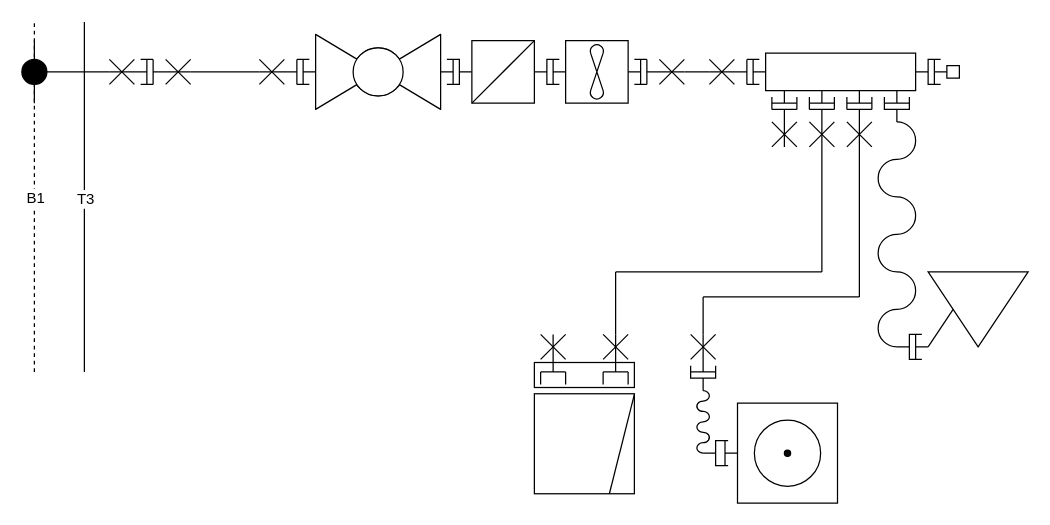
The draw.io diagram water_supply.drawio in Flawless/k17_489, before the edit. Source tidied: cells renumbered, new cells numbered last; positions are measured from the earlier drawing's top-left corner, leaving out a move shared by most shapes. Both pictures are drawn from the tidied source at 125%, with x=0, y=0 at pixel (21, 21).
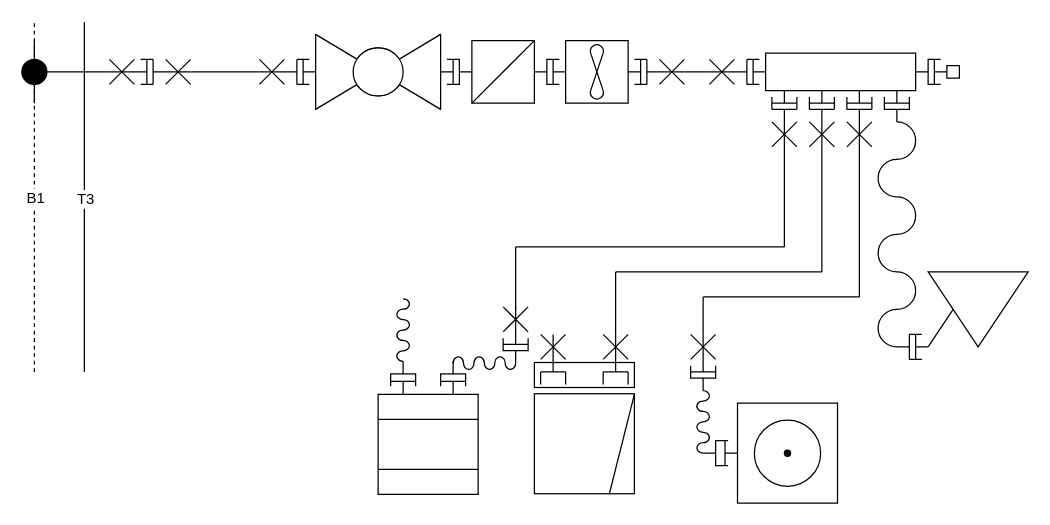
The same page after the edit.

Diff of the diagram source:
```diff
@@
+    <mxCell id="136" style="group;" parent="1" vertex="1">
+      <mxGeometry x="285" y="287.5" width="80" height="90.5" as="geometry" />
+    </mxCell>
+    <mxCell id="137" style="whiteSpace=wrap;html=1;" parent="136" vertex="1">
+      <mxGeometry y="10.5" width="80" height="80" as="geometry" />
+    </mxCell>
+    <mxCell id="138" style="endArrow=none;html=1;entryX=1;entryY=0.25;entryDx=0;entryDy=0;exitX=0;exitY=0.25;exitDx=0;exitDy=0;" parent="136" edge="1" source="137" target="137">
+      <mxGeometry relative="1" as="geometry" />
+    </mxCell>
+    <mxCell id="139" style="endArrow=none;html=1;entryX=1;entryY=0.75;entryDx=0;entryDy=0;exitX=0;exitY=0.75;exitDx=0;exitDy=0;" parent="136" edge="1" source="137" target="137">
+      <mxGeometry relative="1" as="geometry" />
+    </mxCell>
+    <mxCell id="140" style="verticalLabelPosition=bottom;align=center;dashed=0;html=1;verticalAlign=top;shape=mxgraph.pid.piping.flange_in;direction=north;" parent="136" vertex="1">
+      <mxGeometry x="10" width="20" height="10" as="geometry" />
+    </mxCell>
+    <mxCell id="141" style="verticalLabelPosition=bottom;align=center;dashed=0;html=1;verticalAlign=top;shape=mxgraph.pid.piping.flange_in;direction=north;" parent="136" vertex="1">
+      <mxGeometry x="50" width="20" height="10" as="geometry" />
+    </mxCell>
+    <mxCell id="142" style="group;" parent="136" vertex="1">
+      <mxGeometry x="-5" y="-46" width="50" height="50" as="geometry" />
+    </mxCell>
+    <mxCell id="143" style="shape=mxgraph.pid.fittings.hose;html=1;align=center;verticalLabelPosition=bottom;verticalAlign=top;dashed=0;rotation=-90;" parent="142" vertex="1">
+      <mxGeometry width="50" height="10" as="geometry" />
+    </mxCell>
+    <mxCell id="144" style="verticalLabelPosition=bottom;align=center;dashed=0;html=1;verticalAlign=top;shape=mxgraph.pid.piping.hose_connection;direction=south;" parent="142" vertex="1">
+      <mxGeometry x="15" y="30" width="20" height="20" as="geometry" />
+    </mxCell>
+    <mxCell id="145" style="group;" parent="1" vertex="1">
+      <mxGeometry x="335" y="253" width="70" height="38.5" as="geometry" />
+    </mxCell>
+    <mxCell id="146" style="group;" parent="145" vertex="1">
+      <mxGeometry width="70" height="38.5" as="geometry" />
+    </mxCell>
+    <mxCell id="147" style="shape=mxgraph.pid.fittings.hose;html=1;align=center;verticalLabelPosition=bottom;verticalAlign=top;dashed=0;" parent="146" vertex="1">
+      <mxGeometry x="10" y="15" width="50" height="10" as="geometry" />
+    </mxCell>
+    <mxCell id="148" style="verticalLabelPosition=bottom;align=center;dashed=0;html=1;verticalAlign=top;shape=mxgraph.pid.piping.hose_connection;direction=south;" parent="146" vertex="1">
+      <mxGeometry y="18.5" width="20" height="20" as="geometry" />
+    </mxCell>
+    <mxCell id="149" style="verticalLabelPosition=bottom;align=center;dashed=0;html=1;verticalAlign=top;shape=mxgraph.pid.piping.hose_connection;direction=north;" parent="146" vertex="1">
+      <mxGeometry x="50" width="20" height="20" as="geometry" />
+    </mxCell>
+    <mxCell id="150" style="group;direction=west;rotation=90;" parent="1" vertex="1">
+      <mxGeometry x="380" y="233" width="30" height="20" as="geometry" />
+    </mxCell>
+    <mxCell id="151" style="endArrow=none;html=1;" parent="150" edge="1">
+      <mxGeometry relative="1" as="geometry">
+        <mxPoint x="5" y="25" as="sourcePoint" />
+        <mxPoint x="25" y="25" as="targetPoint" />
+      </mxGeometry>
+    </mxCell>
+    <mxCell id="152" style="endArrow=none;html=1;" parent="150" edge="1">
+      <mxGeometry relative="1" as="geometry">
+        <mxPoint x="15" y="-5" as="sourcePoint" />
+        <mxPoint x="15" y="25" as="targetPoint" />
+      </mxGeometry>
+    </mxCell>
+    <mxCell id="153" style="endArrow=none;html=1;" parent="150" edge="1">
+      <mxGeometry relative="1" as="geometry">
+        <mxPoint x="5" y="15" as="sourcePoint" />
+        <mxPoint x="25" y="-5" as="targetPoint" />
+      </mxGeometry>
+    </mxCell>
+    <mxCell id="154" style="endArrow=none;html=1;" parent="150" edge="1">
+      <mxGeometry relative="1" as="geometry">
+        <mxPoint x="5" y="-5" as="sourcePoint" />
+        <mxPoint x="25" y="15" as="targetPoint" />
+      </mxGeometry>
+    </mxCell>
+    <mxCell id="155" style="endArrow=none;html=1;" parent="1" edge="1">
+      <mxGeometry relative="1" as="geometry">
+        <mxPoint x="395" y="180" as="sourcePoint" />
+        <mxPoint x="395" y="230" as="targetPoint" />
+      </mxGeometry>
+    </mxCell>
+    <mxCell id="156" style="endArrow=none;html=1;" parent="1" edge="1">
+      <mxGeometry relative="1" as="geometry">
+        <mxPoint x="395" y="180" as="sourcePoint" />
+        <mxPoint x="610" y="180" as="targetPoint" />
+      </mxGeometry>
+    </mxCell>
+    <mxCell id="157" style="endArrow=none;html=1;" parent="1" edge="1">
+      <mxGeometry relative="1" as="geometry">
+        <mxPoint x="610" y="180" as="sourcePoint" />
+        <mxPoint x="610" y="100" as="targetPoint" />
+      </mxGeometry>
+    </mxCell>
```
